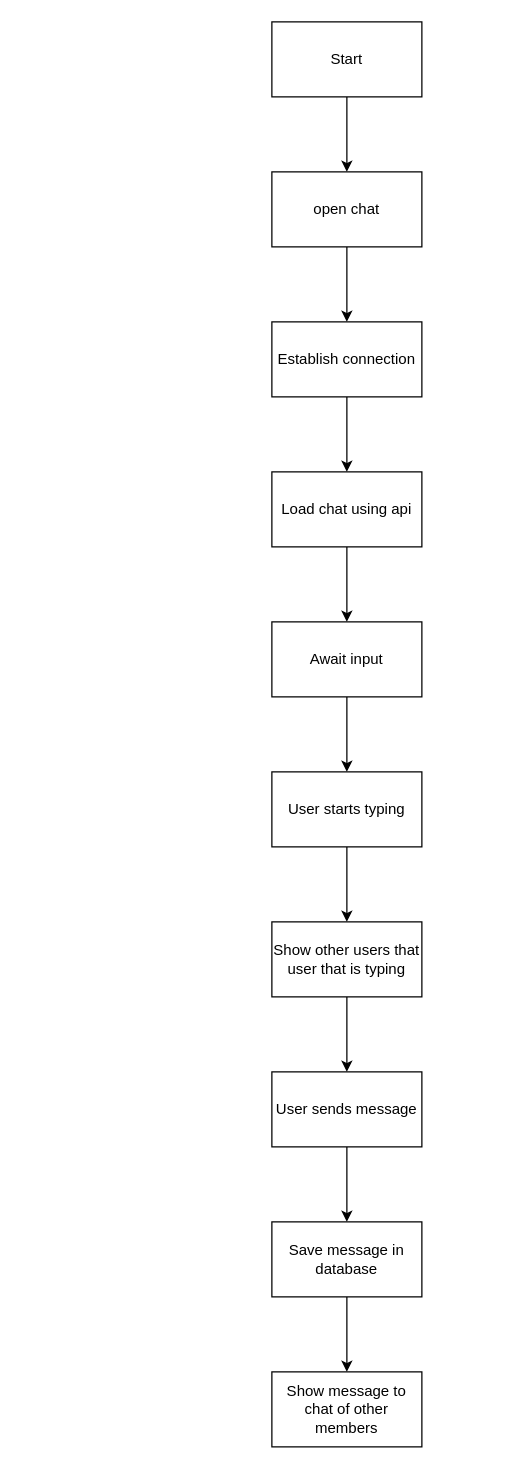
Earlier version of the draw.io diagram internship_s8/Usecase diagram.drawio (Gryfin123/diagrams_with_no_context). Source tidied: cells renumbered, new cells numbered last; positions are measured from the earlier drawing's top-left corner, leaving out a move shared by most shapes. Both pictures are drawn from the tidied source at 125%, with x=0, y=0 at pixel (271, 21).
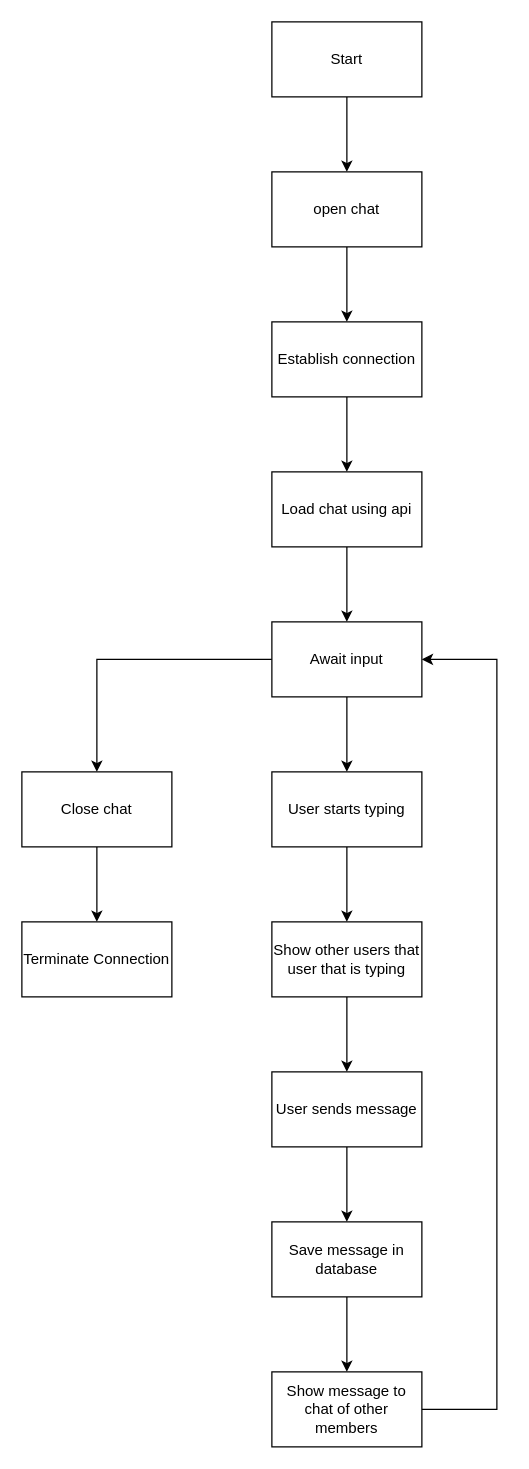
After the change.

Commit message (it also covers changes not shown here):
internship_s8/Usecase diagram.drawio bijwerken

Unchanged cells that the change refers to:
```xml
<mxCell id="11" value="Await input" style="rounded=0;whiteSpace=wrap;html=1;" parent="1" vertex="1">
  <mxGeometry y="480" width="120" height="60" as="geometry" />
</mxCell>
<mxCell id="16" value="Show message to chat of other members" style="rounded=0;whiteSpace=wrap;html=1;" parent="1" vertex="1">
  <mxGeometry y="1080" width="120" height="60" as="geometry" />
</mxCell>
```

Change to the diagram source:
```diff
@@
+    <mxCell id="21" style="edgeStyle=orthogonalEdgeStyle;rounded=0;jettySize=auto;html=1;" parent="1" edge="1" source="11" target="24">
+      <mxGeometry relative="1" as="geometry" />
+    </mxCell>
@@
+    <mxCell id="22" style="edgeStyle=orthogonalEdgeStyle;rounded=0;jettySize=auto;html=1;" parent="1" edge="1" source="16" target="11">
+      <mxGeometry relative="1" as="geometry">
+        <Array as="points">
+          <mxPoint x="180" y="1110" />
+          <mxPoint x="180" y="510" />
+        </Array>
+      </mxGeometry>
+    </mxCell>
@@
+    <mxCell id="23" style="edgeStyle=orthogonalEdgeStyle;rounded=0;jettySize=auto;html=1;" parent="1" edge="1" source="24" target="25">
+      <mxGeometry relative="1" as="geometry" />
+    </mxCell>
+    <mxCell id="24" value="Close chat" style="rounded=0;whiteSpace=wrap;html=1;" parent="1" vertex="1">
+      <mxGeometry x="-200" y="600" width="120" height="60" as="geometry" />
+    </mxCell>
+    <mxCell id="25" value="Terminate Connection" style="rounded=0;whiteSpace=wrap;html=1;" parent="1" vertex="1">
+      <mxGeometry x="-200" y="720" width="120" height="60" as="geometry" />
+    </mxCell>
```
